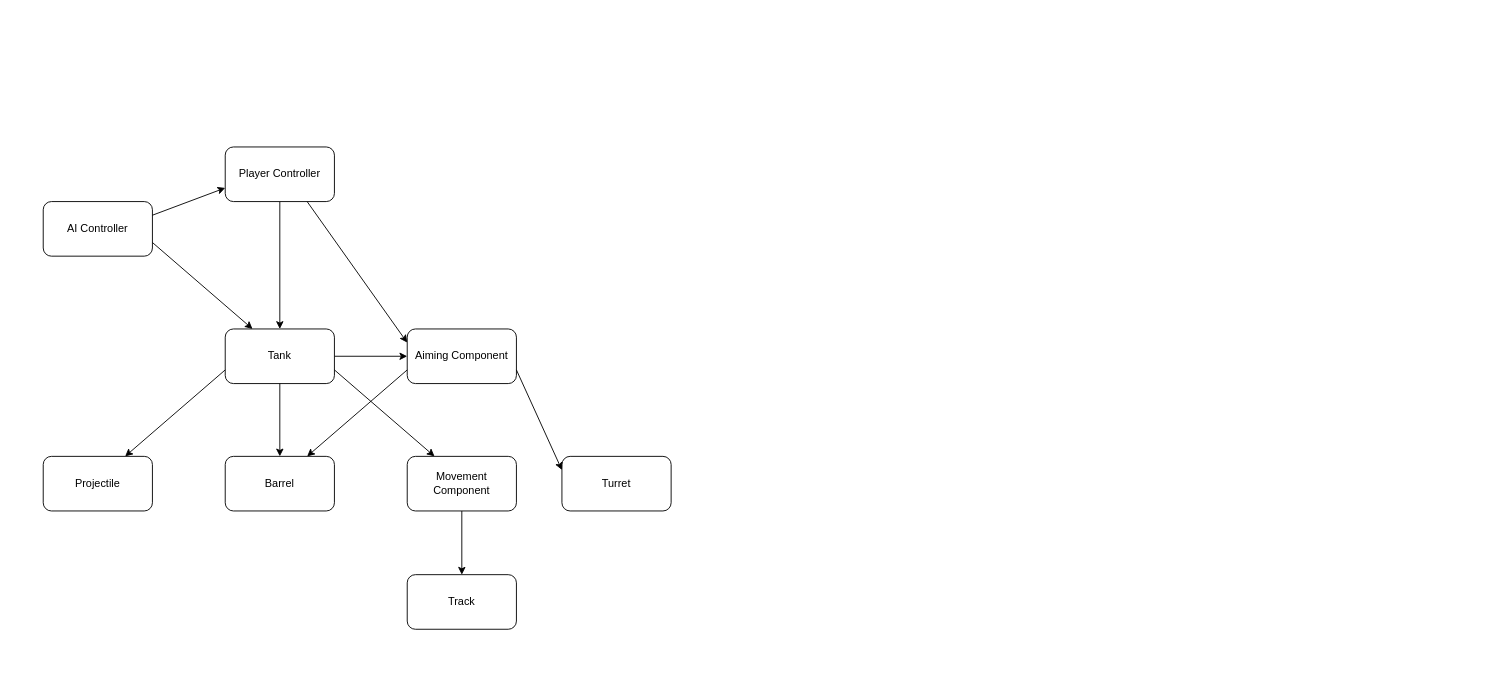
Jabonija99/BattleTank keeps this draw.io diagram as DependencyMapping.drawio. Above is the earlier version. Source tidied: cells renumbered, new cells numbered last; positions are measured from the earlier drawing's top-left corner, leaving out a move shared by most shapes. Both pictures are drawn from the tidied source at 91%, with x=0, y=0 at pixel (43, 147).
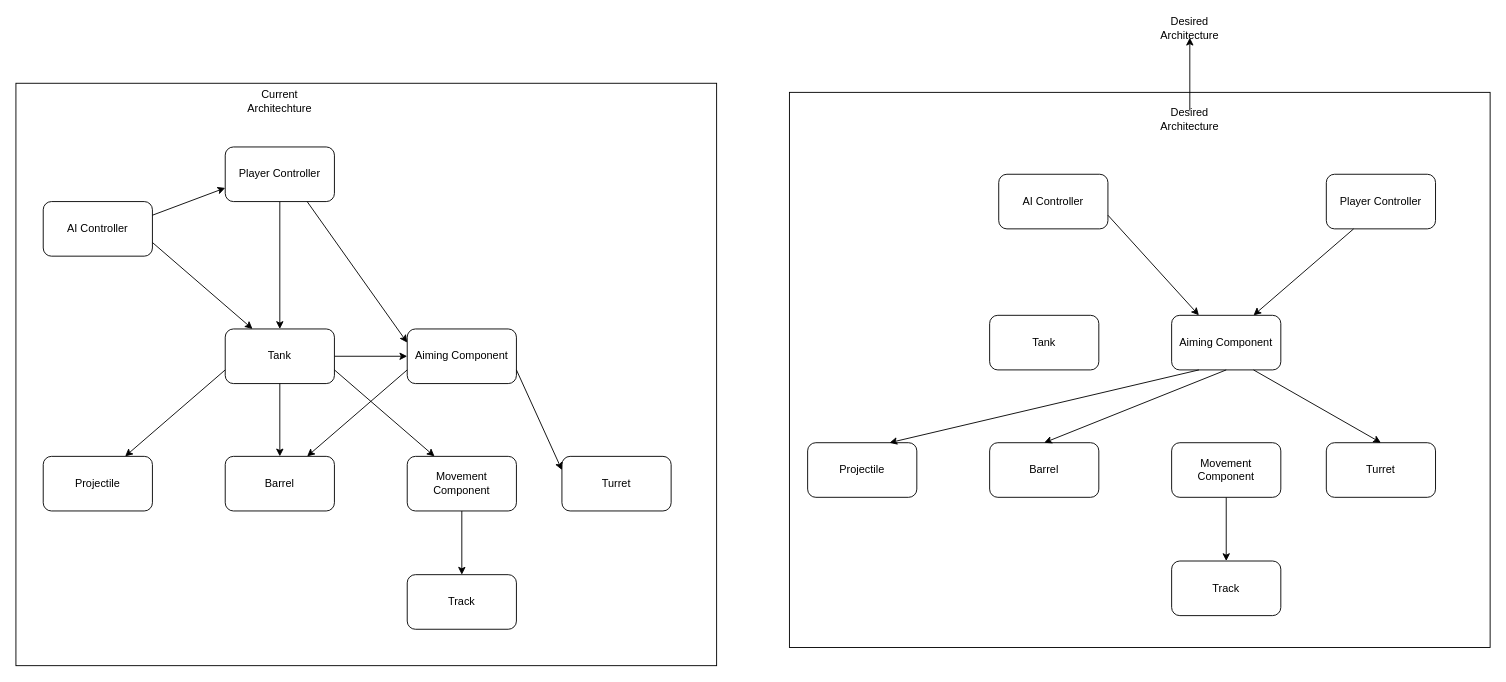
Above is the later version.

Commit message (it also covers changes not shown here):
TB66 Starting from Green (Refactoring & repairing aiming)

Change to the diagram source:
```diff
@@
+    <mxCell id="22" style="rounded=0;whiteSpace=wrap;html=1;" parent="1" vertex="1">
+      <mxGeometry x="820" y="-60" width="770" height="610" as="geometry" />
+    </mxCell>
+    <mxCell id="23" style="rounded=0;whiteSpace=wrap;html=1;" parent="1" vertex="1">
+      <mxGeometry x="-30" y="-70" width="770" height="640" as="geometry" />
+    </mxCell>
@@
+    <mxCell id="24" value="Current Architechture" style="text;html=1;strokeColor=none;fillColor=none;align=center;verticalAlign=middle;whiteSpace=wrap;rounded=0;" parent="1" vertex="1">
+      <mxGeometry x="240" y="-60" width="40" height="20" as="geometry" />
+    </mxCell>
+    <mxCell id="25" value="Tank" style="rounded=1;whiteSpace=wrap;html=1;" parent="1" vertex="1">
+      <mxGeometry x="1040" y="185" width="120" height="60" as="geometry" />
+    </mxCell>
+    <mxCell id="26" value="AI Controller" style="rounded=1;whiteSpace=wrap;html=1;" parent="1" vertex="1">
+      <mxGeometry x="1050" y="30" width="120" height="60" as="geometry" />
+    </mxCell>
+    <mxCell id="27" value="Projectile" style="rounded=1;whiteSpace=wrap;html=1;" parent="1" vertex="1">
+      <mxGeometry x="840" y="325" width="120" height="60" as="geometry" />
+    </mxCell>
+    <mxCell id="28" value="Barrel" style="rounded=1;whiteSpace=wrap;html=1;" parent="1" vertex="1">
+      <mxGeometry x="1040" y="325" width="120" height="60" as="geometry" />
+    </mxCell>
+    <mxCell id="29" value="Aiming Component" style="rounded=1;whiteSpace=wrap;html=1;" parent="1" vertex="1">
+      <mxGeometry x="1240" y="185" width="120" height="60" as="geometry" />
+    </mxCell>
+    <mxCell id="30" style="edgeStyle=orthogonalEdgeStyle;rounded=0;jettySize=auto;html=1;" parent="1" edge="1" source="31" target="34">
+      <mxGeometry relative="1" as="geometry" />
+    </mxCell>
+    <mxCell id="31" value="Movement Component" style="rounded=1;whiteSpace=wrap;html=1;" parent="1" vertex="1">
+      <mxGeometry x="1240" y="325" width="120" height="60" as="geometry" />
+    </mxCell>
+    <mxCell id="32" value="Player Controller" style="rounded=1;whiteSpace=wrap;html=1;" parent="1" vertex="1">
+      <mxGeometry x="1410" y="30" width="120" height="60" as="geometry" />
+    </mxCell>
+    <mxCell id="33" value="Turret" style="rounded=1;whiteSpace=wrap;html=1;" parent="1" vertex="1">
+      <mxGeometry x="1410" y="325" width="120" height="60" as="geometry" />
+    </mxCell>
+    <mxCell id="34" value="Track" style="rounded=1;whiteSpace=wrap;html=1;" parent="1" vertex="1">
+      <mxGeometry x="1240" y="455" width="120" height="60" as="geometry" />
+    </mxCell>
+    <mxCell id="35" style="endArrow=classic;html=1;exitX=1;exitY=0.75;exitDx=0;exitDy=0;entryX=0.25;entryY=0;entryDx=0;entryDy=0;" parent="1" edge="1" source="26" target="29">
+      <mxGeometry relative="1" as="geometry" />
+    </mxCell>
+    <mxCell id="36" style="endArrow=classic;html=1;exitX=0.25;exitY=1;exitDx=0;exitDy=0;entryX=0.75;entryY=0;entryDx=0;entryDy=0;" parent="1" edge="1" source="32" target="29">
+      <mxGeometry relative="1" as="geometry" />
+    </mxCell>
+    <mxCell id="37" style="endArrow=classic;html=1;exitX=0.25;exitY=1;exitDx=0;exitDy=0;entryX=0.75;entryY=0;entryDx=0;entryDy=0;" parent="1" edge="1" source="29" target="27">
+      <mxGeometry relative="1" as="geometry" />
+    </mxCell>
+    <mxCell id="38" style="endArrow=classic;html=1;exitX=0.5;exitY=1;exitDx=0;exitDy=0;entryX=0.5;entryY=0;entryDx=0;entryDy=0;" parent="1" edge="1" source="29" target="28">
+      <mxGeometry relative="1" as="geometry" />
+    </mxCell>
+    <mxCell id="39" style="endArrow=classic;html=1;exitX=0.75;exitY=1;exitDx=0;exitDy=0;entryX=0.5;entryY=0;entryDx=0;entryDy=0;" parent="1" edge="1" source="29" target="33">
+      <mxGeometry relative="1" as="geometry" />
+    </mxCell>
+    <mxCell id="40" style="edgeStyle=orthogonalEdgeStyle;rounded=0;jettySize=auto;html=1;" parent="1" edge="1" source="41" target="42">
+      <mxGeometry relative="1" as="geometry" />
+    </mxCell>
+    <mxCell id="41" value="Desired Architecture" style="text;html=1;strokeColor=none;fillColor=none;align=center;verticalAlign=middle;whiteSpace=wrap;rounded=0;" parent="1" vertex="1">
+      <mxGeometry x="1240" y="-40" width="40" height="20" as="geometry" />
+    </mxCell>
+    <mxCell id="42" value="Desired Architecture" style="text;html=1;strokeColor=none;fillColor=none;align=center;verticalAlign=middle;whiteSpace=wrap;rounded=0;" parent="1" vertex="1">
+      <mxGeometry x="1240" y="-140" width="40" height="20" as="geometry" />
+    </mxCell>
```
